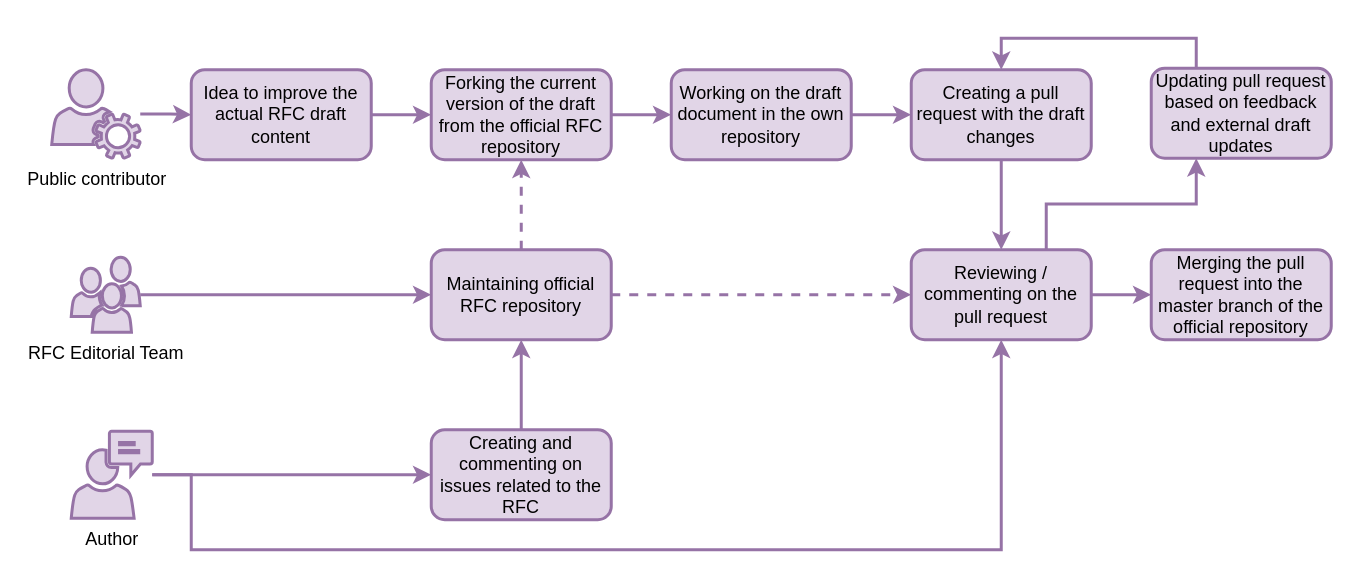
This is files/drafts/RFC-0003/images/phase_2.drawio from time-machine-project/requests-for-comments, a draw.io file, before an edit. Source tidied: cells renumbered, new cells numbered last; positions are measured from the earlier drawing's top-left corner, leaving out a move shared by most shapes. Both pictures are drawn from the tidied source at 150%, with x=0, y=0 at pixel (51, 68).
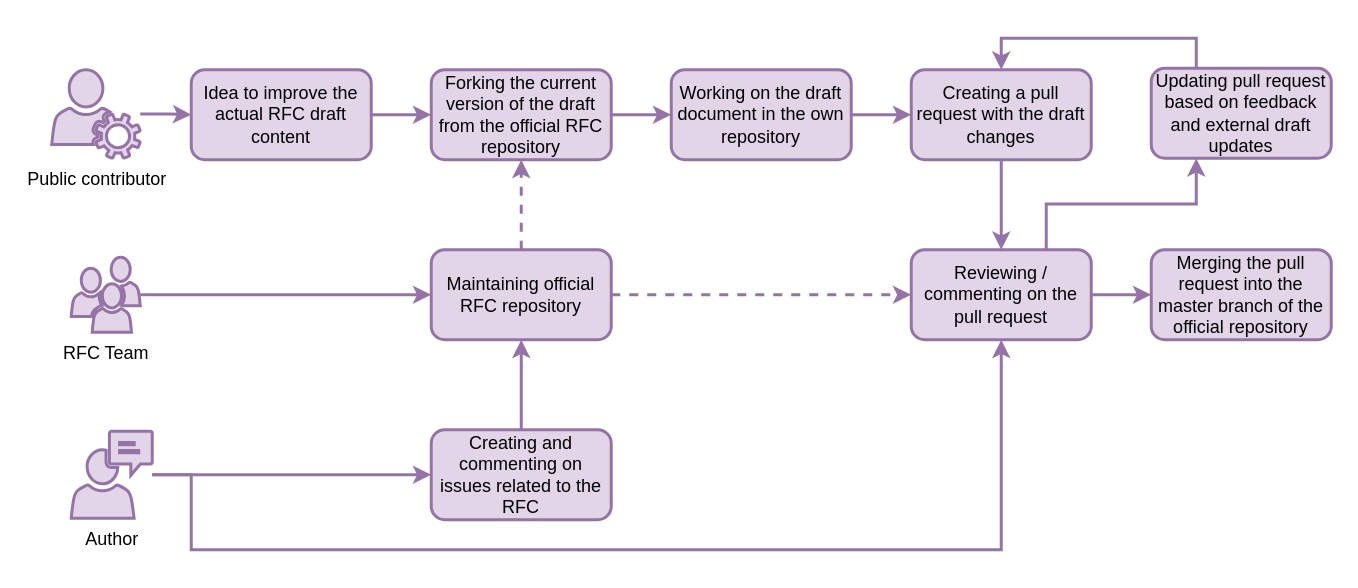
The same page after the edit.

Commit message (it also covers changes not shown here):
Unify RFC Team usage

The edit, as a diff of the source:
```diff
@@
-    <mxCell id="12" value="RFC Editorial Team" style="shadow=0;dashed=0;html=1;strokeColor=#9673a6;fillColor=#e1d5e7;labelPosition=center;verticalLabelPosition=bottom;verticalAlign=top;outlineConnect=0;align=center;shape=mxgraph.office.users.users;strokeWidth=2;" parent="1" vertex="1">
+    <mxCell id="12" value="RFC Team" style="shadow=0;dashed=0;html=1;strokeColor=#9673a6;fillColor=#e1d5e7;labelPosition=center;verticalLabelPosition=bottom;verticalAlign=top;outlineConnect=0;align=center;shape=mxgraph.office.users.users;strokeWidth=2;" parent="1" vertex="1">
       <mxGeometry x="13" y="126" width="46" height="50" as="geometry" />
     </mxCell>
```
